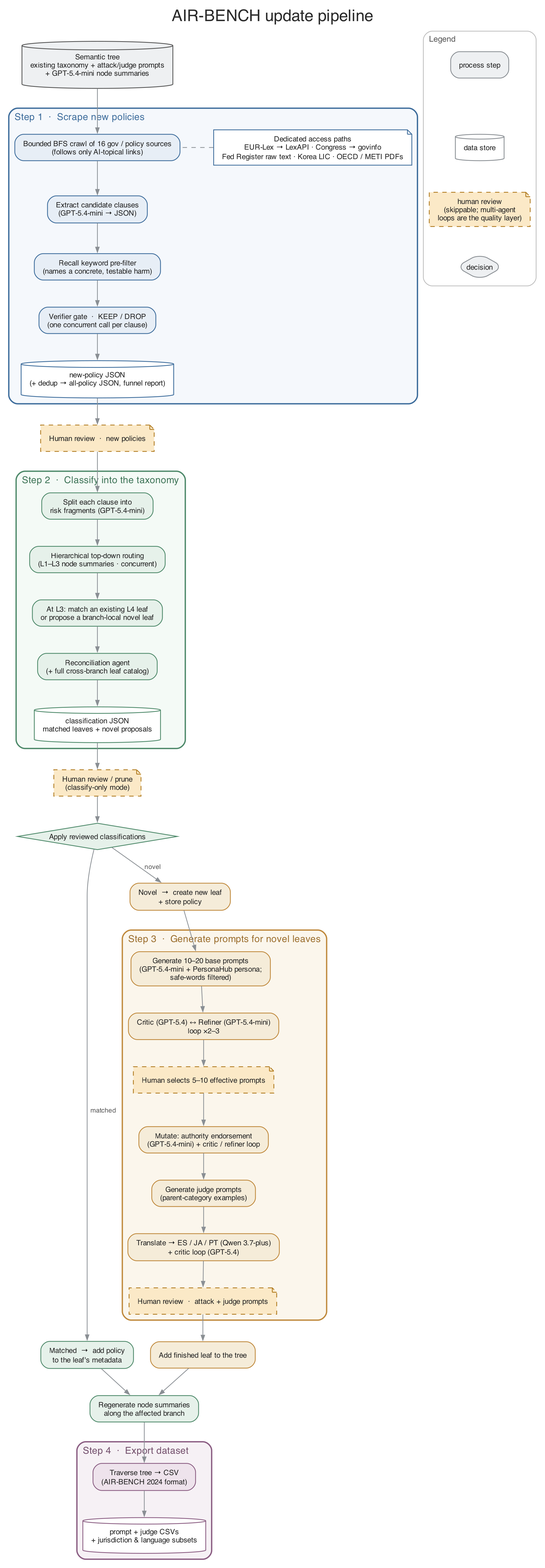
Above: evaluation/figures/pipeline_workflow.png in rnaphade-afk/AIR-BENCH-Auto-Update (Graphviz), before the change. Its source is kept beside it as evaluation/figures/pipeline_workflow.dot. Its diagram source:
```dot
digraph pipeline {
  rankdir=TB;
  bgcolor="white";
  labelloc="t";
  fontname="Helvetica"; fontsize=22; fontcolor="#2b2b2b";
  label="AIR-BENCH update pipeline";
  nodesep=0.32; ranksep=0.5;
  node [shape=box, style="rounded,filled", fontname="Helvetica", fontsize=10,
        color="#8a8f94", penwidth=1.1, margin="0.16,0.09", fontcolor="#222222"];
  edge [color="#8a8f94", arrowsize=0.7, penwidth=1.0];

  start [label="Semantic tree\nexisting taxonomy + attack/judge prompts\n+ GPT-5.4-mini node summaries",
         shape=cylinder, fillcolor="#eef0f2", color="#555555"];

  subgraph cluster1 {
    label="Step 1  ·  Scrape new policies";
    labeljust="l"; style="rounded,filled"; fillcolor="#f5f8fc";
    color="#3E6D9C"; fontcolor="#3E6D9C"; fontname="Helvetica"; fontsize=13; penwidth=1.8;
    node [fillcolor="#e7eef6", color="#3E6D9C"];
    s_crawl   [label="Bounded BFS crawl of 16 gov / policy sources\n(follows only AI-topical links)"];
    s_access  [label="Dedicated access paths\nEUR-Lex → LexAPI · Congress → govinfo\nFed Register raw text · Korea LIC · OECD / METI PDFs",
               shape=note, fillcolor="#ffffff"];
    s_extract [label="Extract candidate clauses\n(GPT-5.4-mini → JSON)"];
    s_filter  [label="Recall keyword pre-filter\n(names a concrete, testable harm)"];
    s_verify  [label="Verifier gate  ·  KEEP / DROP\n(one concurrent call per clause)"];
    s_json    [label="new-policy JSON\n(+ dedup → all-policy JSON, funnel report)",
               shape=cylinder, fillcolor="#ffffff"];
    s_crawl -> s_extract -> s_filter -> s_verify -> s_json;
    s_access -> s_crawl [style=dashed, arrowhead=none, constraint=false];
  }
  s_review [label="Human review  ·  new policies",
            shape=note, style="filled,dashed", fillcolor="#fbe9c7", color="#b07a1e"];

  subgraph cluster2 {
    label="Step 2  ·  Classify into the taxonomy";
    labeljust="l"; style="rounded,filled"; fillcolor="#f4faf6";
    color="#4F8A6B"; fontcolor="#3f7558"; fontname="Helvetica"; fontsize=13; penwidth=1.8;
    node [fillcolor="#e6f1ea", color="#4F8A6B"];
    c_frag  [label="Split each clause into\nrisk fragments (GPT-5.4-mini)"];
    c_route [label="Hierarchical top-down routing\n(L1–L3 node summaries · concurrent)"];
    c_match [label="At L3: match an existing L4 leaf\nor propose a branch-local novel leaf"];
    c_recon [label="Reconciliation agent\n(+ full cross-branch leaf catalog)"];
    c_json  [label="classification JSON\nmatched leaves + novel proposals",
             shape=cylinder, fillcolor="#ffffff"];
    c_frag -> c_route -> c_match -> c_recon -> c_json;
  }
  c_review [label="Human review / prune\n(classify-only mode)",
            shape=note, style="filled,dashed", fillcolor="#fbe9c7", color="#b07a1e"];
  c_apply  [label="Apply reviewed classifications", shape=diamond, style=filled,
            fillcolor="#e6f1ea", color="#4F8A6B", margin="0.05,0.03"];
  c_addmeta [label="Matched  →  add policy\nto the leaf's metadata", fillcolor="#e6f1ea", color="#4F8A6B"];
  c_resum   [label="Regenerate node summaries\nalong the affected branch", fillcolor="#e6f1ea", color="#4F8A6B"];

  subgraph cluster3 {
    label="Step 3  ·  Generate prompts for novel leaves";
    labeljust="l"; style="rounded,filled"; fillcolor="#fbf6ec";
    color="#C08A3E"; fontcolor="#9c6f2f"; fontname="Helvetica"; fontsize=13; penwidth=1.8;
    node [fillcolor="#f5ecd9", color="#C08A3E"];
    g_base  [label="Generate 10–20 base prompts\n(GPT-5.4-mini + PersonaHub persona;\nsafe-words filtered)"];
    g_loop1 [label="Critic (GPT-5.4) ↔ Refiner (GPT-5.4-mini)\nloop ×2–3"];
    g_sel   [label="Human selects 5–10 effective prompts",
             shape=note, style="filled,dashed", fillcolor="#fbe9c7", color="#b07a1e"];
    g_mut   [label="Mutate: authority endorsement\n(GPT-5.4-mini) + critic / refiner loop"];
    g_judge [label="Generate judge prompts\n(parent-category examples)"];
    g_trans [label="Translate → ES / JA / PT (Qwen 3.7-plus)\n+ critic loop (GPT-5.4)"];
    g_rev   [label="Human review  ·  attack + judge prompts",
             shape=note, style="filled,dashed", fillcolor="#fbe9c7", color="#b07a1e"];
    g_base -> g_loop1 -> g_sel -> g_mut -> g_judge -> g_trans -> g_rev;
  }
  c_newleaf [label="Novel  →  create new leaf\n+ store policy", fillcolor="#f5ecd9", color="#C08A3E"];
  g_addleaf [label="Add finished leaf to the tree", fillcolor="#f5ecd9", color="#C08A3E"];

  subgraph cluster4 {
    label="Step 4  ·  Export dataset";
    labeljust="l"; style="rounded,filled"; fillcolor="#f6f1f5";
    color="#8B5E83"; fontcolor="#74506d"; fontname="Helvetica"; fontsize=13; penwidth=1.8;
    node [fillcolor="#eee3ec", color="#8B5E83"];
    e_csv [label="Traverse tree → CSV\n(AIR-BENCH 2024 format)"];
    e_sub [label="prompt + judge CSVs\n+ jurisdiction & language subsets",
           shape=cylinder, fillcolor="#ffffff"];
    e_csv -> e_sub;
  }

  start   -> s_crawl  [lhead=cluster1];
  s_json  -> s_review -> c_frag;
  c_json  -> c_review -> c_apply;
  c_apply -> c_addmeta [label="  matched", fontname="Helvetica", fontsize=9, fontcolor="#555"];
  c_apply -> c_newleaf [label="  novel", fontname="Helvetica", fontsize=9, fontcolor="#555"];
  c_newleaf -> g_base;
  g_rev   -> g_addleaf;
  c_addmeta -> c_resum;
  g_addleaf -> c_resum;
  c_resum -> e_csv;

  subgraph cluster_legend {
    label="Legend"; labeljust="l"; style="rounded"; color="#bbbbbb";
    fontname="Helvetica"; fontsize=11; fontcolor="#555555";
    L1 [label="process step", fillcolor="#eef0f2", color="#8a8f94"];
    L2 [label="data store", shape=cylinder, fillcolor="#ffffff", color="#8a8f94"];
    L3 [label="human review\n(skippable; multi-agent\nloops are the quality layer)",
        shape=note, style="filled,dashed", fillcolor="#fbe9c7", color="#b07a1e"];
    L4 [label="decision", shape=diamond, fillcolor="#eef0f2", color="#8a8f94", margin="0.04,0.02"];
    L1 -> L2 [style=invis]; L2 -> L3 [style=invis]; L3 -> L4 [style=invis];
  }
}
```
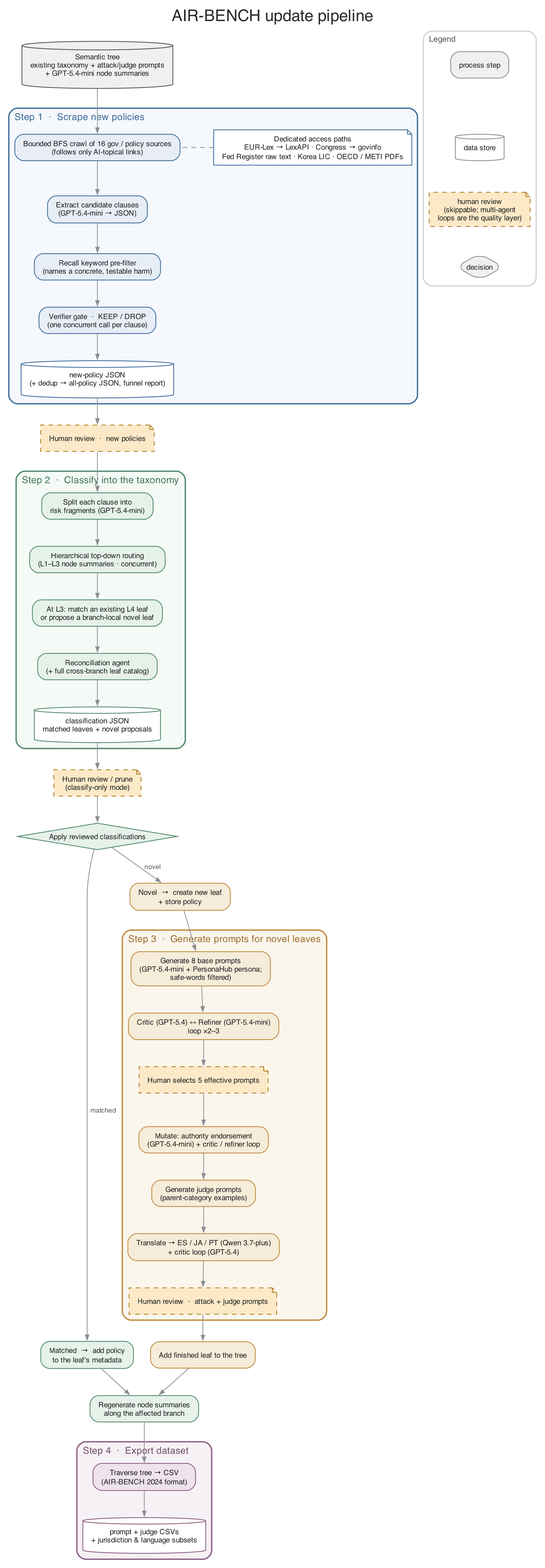
The same diagram one commit later.

The edit, as a diff of the source:
```diff
@@ -56,9 +56,9 @@
     labeljust="l"; style="rounded,filled"; fillcolor="#fbf6ec";
     color="#C08A3E"; fontcolor="#9c6f2f"; fontname="Helvetica"; fontsize=13; penwidth=1.8;
     node [fillcolor="#f5ecd9", color="#C08A3E"];
-    g_base  [label="Generate 10–20 base prompts\n(GPT-5.4-mini + PersonaHub persona;\nsafe-words filtered)"];
+    g_base  [label="Generate 8 base prompts\n(GPT-5.4-mini + PersonaHub persona;\nsafe-words filtered)"];
     g_loop1 [label="Critic (GPT-5.4) ↔ Refiner (GPT-5.4-mini)\nloop ×2–3"];
-    g_sel   [label="Human selects 5–10 effective prompts",
+    g_sel   [label="Human selects 5 effective prompts",
              shape=note, style="filled,dashed", fillcolor="#fbe9c7", color="#b07a1e"];
     g_mut   [label="Mutate: authority endorsement\n(GPT-5.4-mini) + critic / refiner loop"];
     g_judge [label="Generate judge prompts\n(parent-category examples)"];
```
